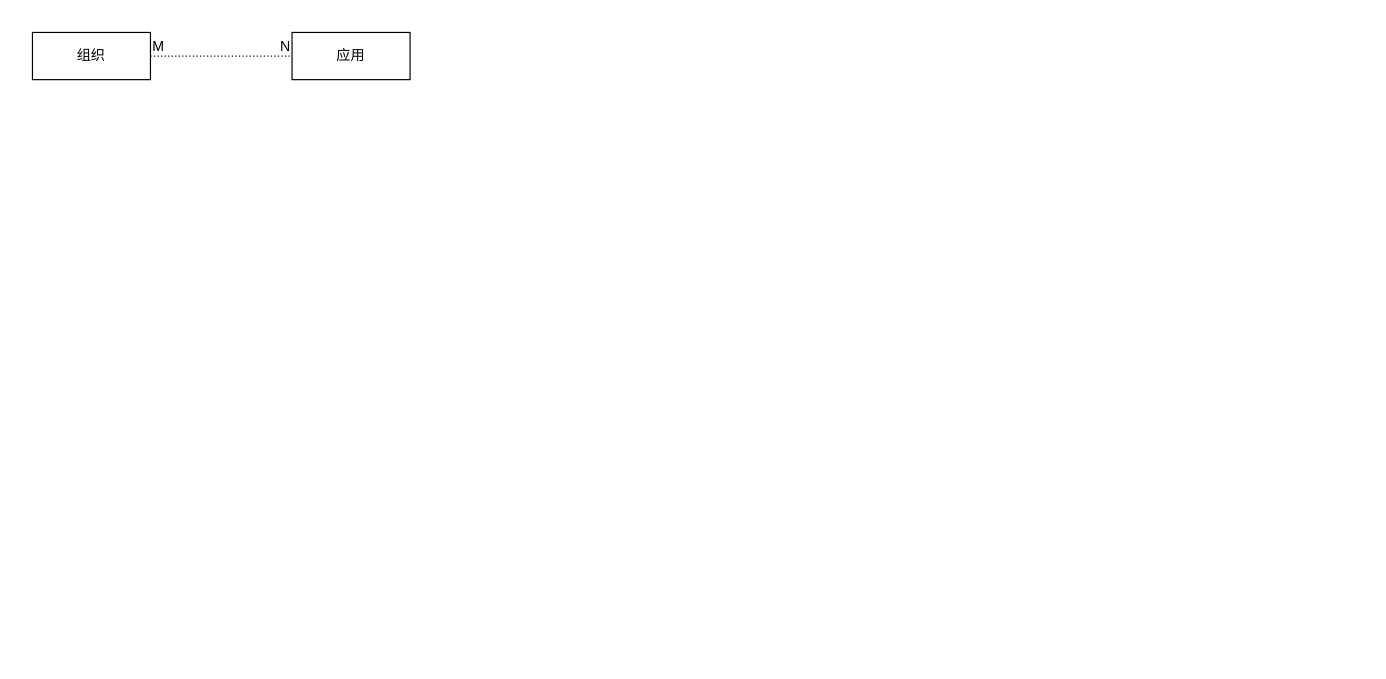
Earlier version of the draw.io diagram 中台/组织中心/未命名绘图.drawio (gudujiujian11/diagram). Source tidied: cells renumbered, new cells numbered last; positions are measured from the earlier drawing's top-left corner, leaving out a move shared by most shapes. Both pictures are drawn from the tidied source at 118%, with x=0, y=0 at pixel (32, 32).
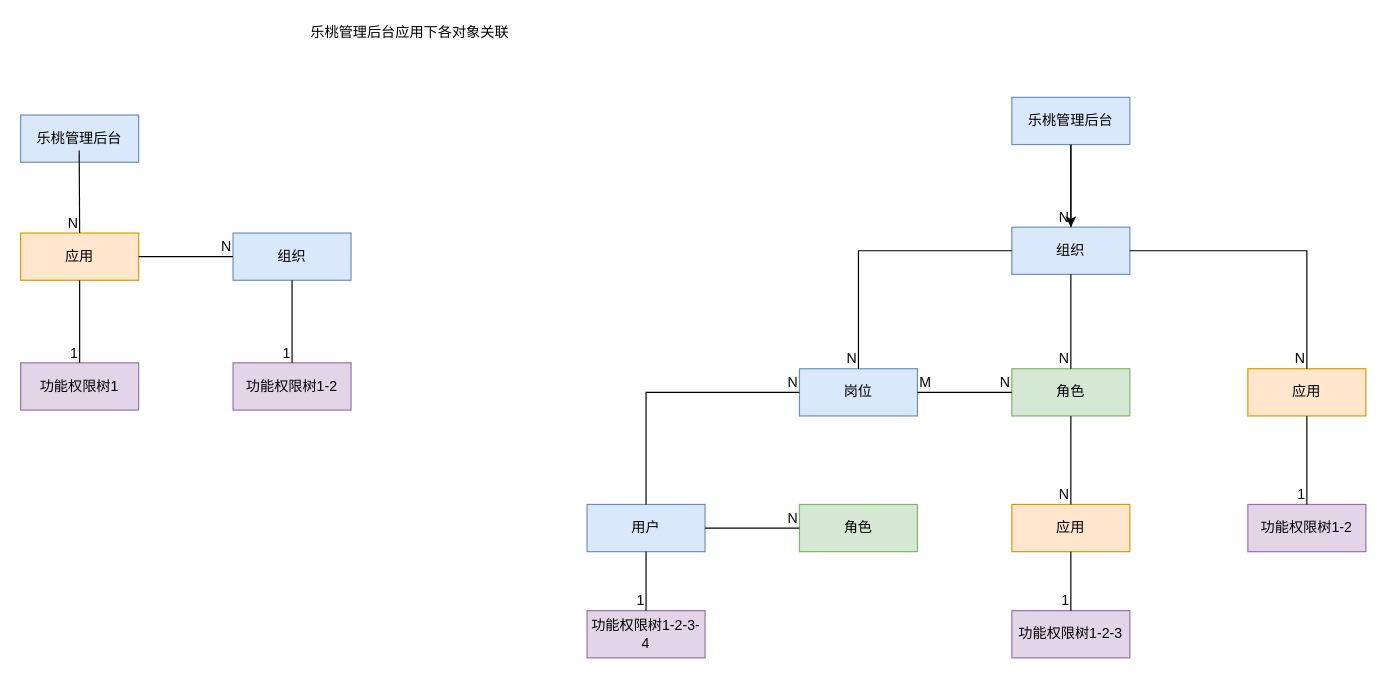
The same page after the edit.

Commit message (it also covers changes not shown here):
更新未命名绘图.drawio

Diff of the diagram source:
```diff
@@
-    <mxCell id="2" value="组织" style="whiteSpace=wrap;html=1;align=center;" parent="1" vertex="1">
-      <mxGeometry width="100" height="40" as="geometry" />
+    <mxCell id="2" value="组织" style="whiteSpace=wrap;html=1;align=center;fillColor=#dae8fc;strokeColor=#6c8ebf;" parent="1" vertex="1">
+      <mxGeometry x="830" y="165" width="100" height="40" as="geometry" />
     </mxCell>
-    <mxCell id="3" value="应用" style="whiteSpace=wrap;html=1;align=center;" parent="1" vertex="1">
-      <mxGeometry x="220" width="100" height="40" as="geometry" />
+    <mxCell id="3" value="应用" style="whiteSpace=wrap;html=1;align=center;fillColor=#ffe6cc;strokeColor=#d79b00;" parent="1" vertex="1">
+      <mxGeometry x="1030" y="285" width="100" height="40" as="geometry" />
     </mxCell>
+    <mxCell id="7" style="edgeStyle=orthogonalEdgeStyle;rounded=0;jettySize=auto;html=1;" parent="1" edge="1" source="8" target="2">
+      <mxGeometry relative="1" as="geometry" />
+    </mxCell>
+    <mxCell id="8" value="乐桃管理后台" style="whiteSpace=wrap;html=1;align=center;fillColor=#dae8fc;strokeColor=#6c8ebf;" parent="1" vertex="1">
+      <mxGeometry x="830" y="55" width="100" height="40" as="geometry" />
+    </mxCell>
+    <mxCell id="9" style="endArrow=none;html=1;rounded=0;exitX=0.5;exitY=1;exitDx=0;exitDy=0;entryX=0.5;entryY=0;entryDx=0;entryDy=0;" parent="1" edge="1" source="8" target="2">
+      <mxGeometry relative="1" as="geometry" />
+    </mxCell>
+    <mxCell id="10" value="N" style="html=1;whiteSpace=wrap;align=right;verticalAlign=bottom;" parent="9" vertex="1">
+      <mxGeometry x="1" relative="1" as="geometry" />
+    </mxCell>
+    <mxCell id="11" value="功能权限树1-2" style="whiteSpace=wrap;html=1;align=center;fillColor=#e1d5e7;strokeColor=#9673a6;" parent="1" vertex="1">
+      <mxGeometry x="1030" y="400" width="100" height="40" as="geometry" />
+    </mxCell>
+    <mxCell id="12" style="endArrow=none;html=1;rounded=0;entryX=0.5;entryY=0;entryDx=0;entryDy=0;exitX=0.5;exitY=1;exitDx=0;exitDy=0;" parent="1" edge="1" source="3" target="11">
+      <mxGeometry relative="1" as="geometry" />
+    </mxCell>
+    <mxCell id="13" value="1" style="html=1;whiteSpace=wrap;align=right;verticalAlign=bottom;" parent="12" vertex="1">
+      <mxGeometry x="1" relative="1" as="geometry" />
+    </mxCell>
+    <mxCell id="14" value="乐桃管理后台" style="whiteSpace=wrap;html=1;align=center;fillColor=#dae8fc;strokeColor=#6c8ebf;" parent="1" vertex="1">
+      <mxGeometry x="-10" y="70" width="100" height="40" as="geometry" />
+    </mxCell>
+    <mxCell id="15" value="应用" style="whiteSpace=wrap;html=1;align=center;fillColor=#ffe6cc;strokeColor=#d79b00;" parent="1" vertex="1">
+      <mxGeometry x="-10" y="170" width="100" height="40" as="geometry" />
+    </mxCell>
+    <mxCell id="16" style="endArrow=none;html=1;rounded=0;exitX=0.5;exitY=1;exitDx=0;exitDy=0;entryX=0.5;entryY=0;entryDx=0;entryDy=0;" parent="1" edge="1" target="15">
+      <mxGeometry relative="1" as="geometry">
+        <mxPoint x="39.6" y="100" as="sourcePoint" />
+      </mxGeometry>
+    </mxCell>
+    <mxCell id="17" value="N" style="html=1;whiteSpace=wrap;align=right;verticalAlign=bottom;" parent="16" vertex="1">
+      <mxGeometry x="1" relative="1" as="geometry" />
+    </mxCell>
+    <mxCell id="18" value="组织" style="whiteSpace=wrap;html=1;align=center;fillColor=#dae8fc;strokeColor=#6c8ebf;" parent="1" vertex="1">
+      <mxGeometry x="170" y="170" width="100" height="40" as="geometry" />
+    </mxCell>
+    <mxCell id="19" style="endArrow=none;html=1;rounded=0;exitX=1;exitY=0.5;exitDx=0;exitDy=0;entryX=0;entryY=0.5;entryDx=0;entryDy=0;" parent="1" edge="1" source="15" target="18">
+      <mxGeometry relative="1" as="geometry" />
+    </mxCell>
+    <mxCell id="20" value="N" style="html=1;whiteSpace=wrap;align=right;verticalAlign=bottom;" parent="19" vertex="1">
+      <mxGeometry x="1" relative="1" as="geometry" />
+    </mxCell>
+    <mxCell id="21" value="功能权限树1" style="whiteSpace=wrap;html=1;align=center;fillColor=#e1d5e7;strokeColor=#9673a6;" parent="1" vertex="1">
+      <mxGeometry x="-10" y="280" width="100" height="40" as="geometry" />
+    </mxCell>
+    <mxCell id="22" style="endArrow=none;html=1;rounded=0;exitX=0.5;exitY=1;exitDx=0;exitDy=0;entryX=0.5;entryY=0;entryDx=0;entryDy=0;" parent="1" edge="1" source="15" target="21">
+      <mxGeometry relative="1" as="geometry" />
+    </mxCell>
+    <mxCell id="23" value="1" style="html=1;whiteSpace=wrap;align=right;verticalAlign=bottom;" parent="22" vertex="1">
+      <mxGeometry x="1" relative="1" as="geometry" />
+    </mxCell>
+    <mxCell id="24" value="功能权限树1-2" style="whiteSpace=wrap;html=1;align=center;fillColor=#e1d5e7;strokeColor=#9673a6;" parent="1" vertex="1">
+      <mxGeometry x="170" y="280" width="100" height="40" as="geometry" />
+    </mxCell>
+    <mxCell id="25" style="endArrow=none;html=1;rounded=0;exitX=0.5;exitY=1;exitDx=0;exitDy=0;entryX=0.5;entryY=0;entryDx=0;entryDy=0;" parent="1" edge="1" source="18" target="24">
+      <mxGeometry relative="1" as="geometry" />
+    </mxCell>
+    <mxCell id="26" value="1" style="html=1;whiteSpace=wrap;align=right;verticalAlign=bottom;" parent="25" vertex="1">
+      <mxGeometry x="1" relative="1" as="geometry" />
+    </mxCell>
+    <mxCell id="27" value="乐桃管理后台应用下各对象关联" style="text;html=1;strokeColor=none;fillColor=none;align=center;verticalAlign=middle;whiteSpace=wrap;rounded=0;" parent="1" vertex="1">
+      <mxGeometry x="170" y="-10" width="300" height="20" as="geometry" />
+    </mxCell>
-    <mxCell id="4" style="endArrow=none;html=1;rounded=0;dashed=1;dashPattern=1 2;exitX=1;exitY=0.5;exitDx=0;exitDy=0;entryX=0;entryY=0.5;entryDx=0;entryDy=0;" parent="1" edge="1" source="2" target="3">
-      <mxGeometry relative="1" as="geometry" />
+    <mxCell id="4" style="endArrow=none;html=1;rounded=0;exitX=1;exitY=0.5;exitDx=0;exitDy=0;entryX=0.5;entryY=0;entryDx=0;entryDy=0;" parent="1" edge="1" source="2" target="3">
+      <mxGeometry relative="1" as="geometry">
+        <Array as="points">
+          <mxPoint x="1080" y="185" />
+        </Array>
+      </mxGeometry>
     </mxCell>
+    <mxCell id="28" value="N" style="html=1;whiteSpace=wrap;align=right;verticalAlign=bottom;" parent="4" vertex="1">
+      <mxGeometry x="1" relative="1" as="geometry" />
+    </mxCell>
+    <mxCell id="29" value="岗位" style="whiteSpace=wrap;html=1;align=center;fillColor=#dae8fc;strokeColor=#6c8ebf;" parent="1" vertex="1">
+      <mxGeometry x="650" y="285" width="100" height="40" as="geometry" />
+    </mxCell>
+    <mxCell id="30" value="角色" style="whiteSpace=wrap;html=1;align=center;fillColor=#d5e8d4;strokeColor=#82b366;" parent="1" vertex="1">
+      <mxGeometry x="830" y="285" width="100" height="40" as="geometry" />
+    </mxCell>
+    <mxCell id="31" style="endArrow=none;html=1;rounded=0;exitX=0.5;exitY=1;exitDx=0;exitDy=0;entryX=0.5;entryY=0;entryDx=0;entryDy=0;" parent="1" edge="1" source="2" target="30">
+      <mxGeometry relative="1" as="geometry" />
+    </mxCell>
+    <mxCell id="32" value="N" style="html=1;whiteSpace=wrap;align=right;verticalAlign=bottom;" parent="31" vertex="1">
+      <mxGeometry x="1" relative="1" as="geometry" />
+    </mxCell>
+    <mxCell id="33" style="endArrow=none;html=1;rounded=0;exitX=0;exitY=0.5;exitDx=0;exitDy=0;entryX=0.5;entryY=0;entryDx=0;entryDy=0;" parent="1" edge="1" source="2" target="29">
+      <mxGeometry relative="1" as="geometry">
+        <Array as="points">
+          <mxPoint x="700" y="185" />
+        </Array>
+      </mxGeometry>
+    </mxCell>
+    <mxCell id="34" value="N" style="html=1;whiteSpace=wrap;align=right;verticalAlign=bottom;" parent="33" vertex="1">
+      <mxGeometry x="1" relative="1" as="geometry" />
+    </mxCell>
+    <mxCell id="35" style="endArrow=none;html=1;rounded=0;exitX=1;exitY=0.5;exitDx=0;exitDy=0;entryX=0;entryY=0.5;entryDx=0;entryDy=0;" parent="1" edge="1" source="29" target="30">
+      <mxGeometry relative="1" as="geometry" />
+    </mxCell>
-    <mxCell id="5" value="M" style="html=1;whiteSpace=wrap;align=left;verticalAlign=bottom;" parent="4" vertex="1">
+    <mxCell id="5" value="M" style="html=1;whiteSpace=wrap;align=left;verticalAlign=bottom;" parent="35" vertex="1">
       <mxGeometry x="-1" relative="1" as="geometry" />
     </mxCell>
-    <mxCell id="6" value="N" style="html=1;whiteSpace=wrap;align=right;verticalAlign=bottom;" parent="4" vertex="1">
-      <mxGeometry x="1" relative="1" as="geometry" />
-    </mxCell>
+    <mxCell id="36" value="N" style="html=1;whiteSpace=wrap;align=right;verticalAlign=bottom;" parent="35" vertex="1">
+      <mxGeometry x="1" relative="1" as="geometry" />
+    </mxCell>
+    <mxCell id="37" value="应用" style="whiteSpace=wrap;html=1;align=center;fillColor=#ffe6cc;strokeColor=#d79b00;" parent="1" vertex="1">
+      <mxGeometry x="830" y="400" width="100" height="40" as="geometry" />
+    </mxCell>
+    <mxCell id="38" style="endArrow=none;html=1;rounded=0;exitX=0.5;exitY=1;exitDx=0;exitDy=0;entryX=0.5;entryY=0;entryDx=0;entryDy=0;" parent="1" edge="1" source="30" target="37">
+      <mxGeometry relative="1" as="geometry" />
+    </mxCell>
+    <mxCell id="39" value="N" style="html=1;whiteSpace=wrap;align=right;verticalAlign=bottom;" parent="38" vertex="1">
+      <mxGeometry x="1" relative="1" as="geometry" />
+    </mxCell>
+    <mxCell id="40" value="功能权限树1-2-3" style="whiteSpace=wrap;html=1;align=center;fillColor=#e1d5e7;strokeColor=#9673a6;" parent="1" vertex="1">
+      <mxGeometry x="830" y="490" width="100" height="40" as="geometry" />
+    </mxCell>
+    <mxCell id="41" style="endArrow=none;html=1;rounded=0;exitX=0.5;exitY=1;exitDx=0;exitDy=0;entryX=0.5;entryY=0;entryDx=0;entryDy=0;" parent="1" edge="1" source="37" target="40">
+      <mxGeometry relative="1" as="geometry" />
+    </mxCell>
+    <mxCell id="42" value="1" style="html=1;whiteSpace=wrap;align=right;verticalAlign=bottom;" parent="41" vertex="1">
+      <mxGeometry x="1" relative="1" as="geometry" />
+    </mxCell>
+    <mxCell id="43" value="用户" style="whiteSpace=wrap;html=1;align=center;fillColor=#dae8fc;strokeColor=#6c8ebf;" parent="1" vertex="1">
+      <mxGeometry x="470" y="400" width="100" height="40" as="geometry" />
+    </mxCell>
+    <mxCell id="44" style="endArrow=none;html=1;rounded=0;exitX=0.5;exitY=0;exitDx=0;exitDy=0;entryX=0;entryY=0.5;entryDx=0;entryDy=0;" parent="1" edge="1" source="43" target="29">
+      <mxGeometry relative="1" as="geometry">
+        <Array as="points">
+          <mxPoint x="520" y="305" />
+        </Array>
+      </mxGeometry>
+    </mxCell>
+    <mxCell id="45" value="N" style="html=1;whiteSpace=wrap;align=right;verticalAlign=bottom;" parent="44" vertex="1">
+      <mxGeometry x="1" relative="1" as="geometry" />
+    </mxCell>
+    <mxCell id="46" value="角色" style="whiteSpace=wrap;html=1;align=center;fillColor=#d5e8d4;strokeColor=#82b366;" parent="1" vertex="1">
+      <mxGeometry x="650" y="400" width="100" height="40" as="geometry" />
+    </mxCell>
+    <mxCell id="47" style="endArrow=none;html=1;rounded=0;exitX=1;exitY=0.5;exitDx=0;exitDy=0;entryX=0;entryY=0.5;entryDx=0;entryDy=0;" parent="1" edge="1" source="43" target="46">
+      <mxGeometry relative="1" as="geometry" />
+    </mxCell>
+    <mxCell id="48" value="N" style="html=1;whiteSpace=wrap;align=right;verticalAlign=bottom;" parent="47" vertex="1">
+      <mxGeometry x="1" relative="1" as="geometry" />
+    </mxCell>
+    <mxCell id="49" value="功能权限树1-2-3-4" style="whiteSpace=wrap;html=1;align=center;fillColor=#e1d5e7;strokeColor=#9673a6;" parent="1" vertex="1">
+      <mxGeometry x="470" y="490" width="100" height="40" as="geometry" />
+    </mxCell>
+    <mxCell id="50" style="endArrow=none;html=1;rounded=0;exitX=0.5;exitY=1;exitDx=0;exitDy=0;entryX=0.5;entryY=0;entryDx=0;entryDy=0;" parent="1" edge="1" source="43" target="49">
+      <mxGeometry relative="1" as="geometry" />
+    </mxCell>
+    <mxCell id="51" value="1" style="html=1;whiteSpace=wrap;align=right;verticalAlign=bottom;" parent="50" vertex="1">
+      <mxGeometry x="1" relative="1" as="geometry" />
+    </mxCell>
```
